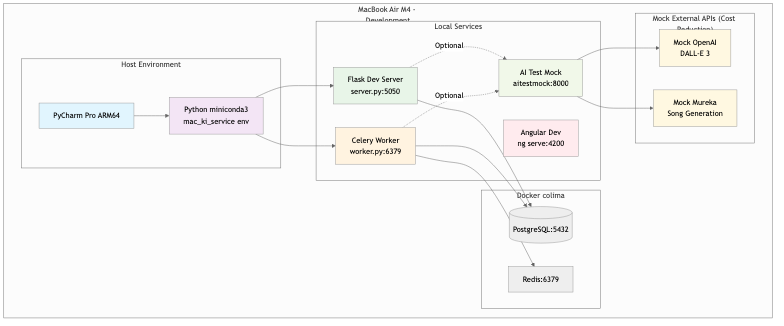
Above: docs/images/9.1_entwicklungs_deployment.png in rwellinger/thwelly_ai_tools (Mermaid), before the change. Its source is kept beside it as docs/9.1_entwicklungs_deployment.mmd.
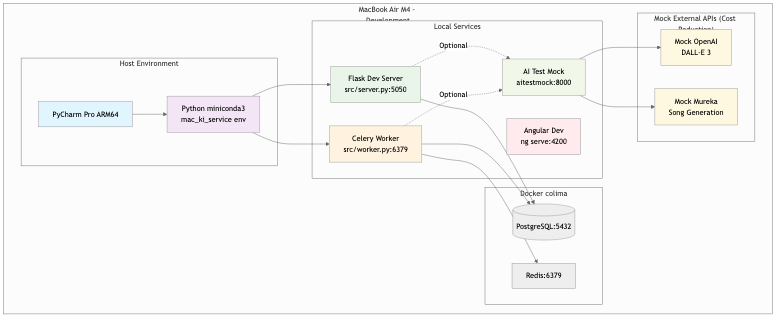
After the commit.

Change to the diagram source:
```diff
@@ -11,8 +11,8 @@
         end
 
         subgraph "Local Services"
-            FLASK[Flask Dev Server<br/>server.py:5050]
-            CELERY_DEV[Celery Worker<br/>worker.py:6379]
+            FLASK[Flask Dev Server<br/>src/server.py:5050]
+            CELERY_DEV[Celery Worker<br/>src/worker.py:6379]
             ANGULAR[Angular Dev<br/>ng serve:4200]
             MOCK[AI Test Mock<br/>aitestmock:8000]
         end
```
